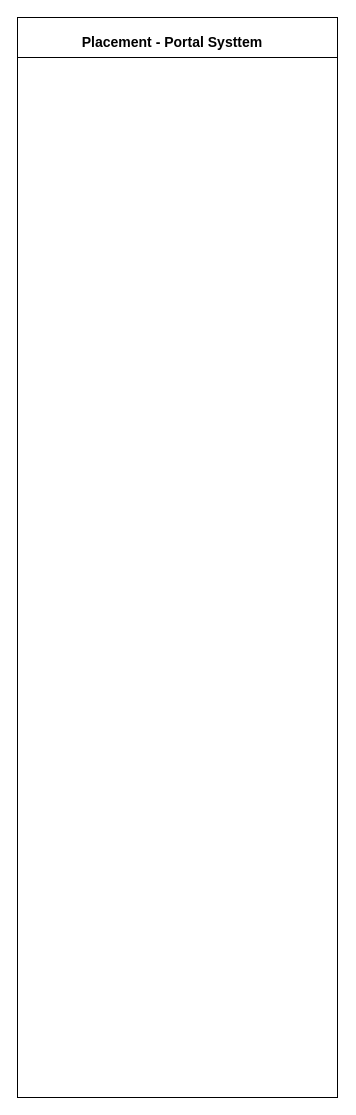
This is useCase.drawio from shalulaha/Minor_Project, a draw.io file, before an edit. Source tidied: cells renumbered, new cells numbered last; positions are measured from the earlier drawing's top-left corner, leaving out a move shared by most shapes. Both pictures are drawn from the tidied source at 100%, with x=0, y=0 at pixel (17, 17).
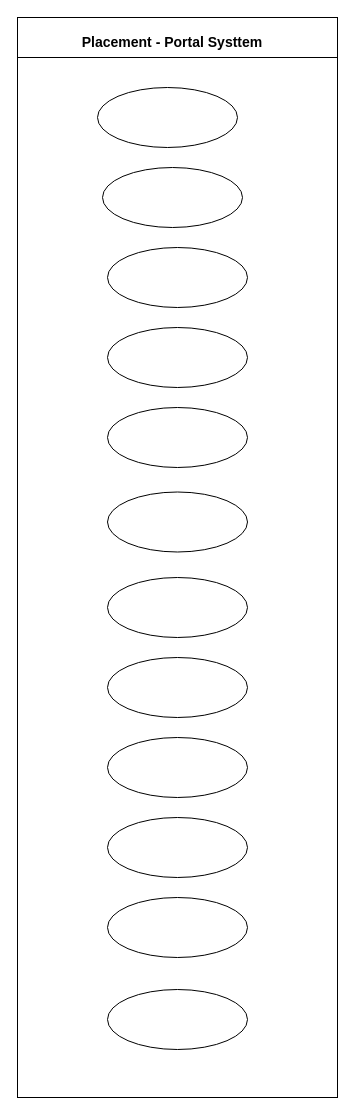
Above is the later version.

The edit, as a diff of the source:
```diff
@@
 <mxGraphModel>
   <root>
     <mxCell id="0" />
     <mxCell id="1" parent="0" />
     <mxCell id="2" style="rounded=0;whiteSpace=wrap;html=1;" parent="1" vertex="1">
       <mxGeometry width="320" height="1080" as="geometry" />
     </mxCell>
     <mxCell id="3" style="endArrow=none;html=1;rounded=0;" parent="1" edge="1">
       <mxGeometry relative="1" as="geometry">
         <mxPoint y="40" as="sourcePoint" />
         <mxPoint x="320" y="40" as="targetPoint" />
       </mxGeometry>
     </mxCell>
     <mxCell id="4" value="&lt;b&gt;&lt;font style=&quot;font-size: 14px;&quot;&gt;Placement - Portal Systtem&lt;/font&gt;&lt;/b&gt;" style="text;html=1;align=center;verticalAlign=middle;whiteSpace=wrap;rounded=0;" parent="1" vertex="1">
       <mxGeometry x="50" y="10" width="210" height="30" as="geometry" />
     </mxCell>
+    <mxCell id="5" style="ellipse;whiteSpace=wrap;html=1;" parent="1" vertex="1">
+      <mxGeometry x="80" y="70" width="140" height="60" as="geometry" />
+    </mxCell>
+    <mxCell id="6" style="ellipse;whiteSpace=wrap;html=1;" parent="1" vertex="1">
+      <mxGeometry x="90" y="310" width="140" height="60" as="geometry" />
+    </mxCell>
+    <mxCell id="7" style="ellipse;whiteSpace=wrap;html=1;" parent="1" vertex="1">
+      <mxGeometry x="90" y="230" width="140" height="60" as="geometry" />
+    </mxCell>
+    <mxCell id="8" style="ellipse;whiteSpace=wrap;html=1;" parent="1" vertex="1">
+      <mxGeometry x="85" y="150" width="140" height="60" as="geometry" />
+    </mxCell>
+    <mxCell id="9" style="ellipse;whiteSpace=wrap;html=1;" parent="1" vertex="1">
+      <mxGeometry x="90" y="390" width="140" height="60" as="geometry" />
+    </mxCell>
+    <mxCell id="10" style="ellipse;whiteSpace=wrap;html=1;" parent="1" vertex="1">
+      <mxGeometry x="90" y="474.5" width="140" height="60" as="geometry" />
+    </mxCell>
+    <mxCell id="11" style="ellipse;whiteSpace=wrap;html=1;" parent="1" vertex="1">
+      <mxGeometry x="90" y="560" width="140" height="60" as="geometry" />
+    </mxCell>
+    <mxCell id="12" style="ellipse;whiteSpace=wrap;html=1;" parent="1" vertex="1">
+      <mxGeometry x="90" y="640" width="140" height="60" as="geometry" />
+    </mxCell>
+    <mxCell id="13" style="ellipse;whiteSpace=wrap;html=1;" parent="1" vertex="1">
+      <mxGeometry x="90" y="720" width="140" height="60" as="geometry" />
+    </mxCell>
+    <mxCell id="14" style="ellipse;whiteSpace=wrap;html=1;" parent="1" vertex="1">
+      <mxGeometry x="90" y="800" width="140" height="60" as="geometry" />
+    </mxCell>
+    <mxCell id="15" style="ellipse;whiteSpace=wrap;html=1;" parent="1" vertex="1">
+      <mxGeometry x="90" y="880" width="140" height="60" as="geometry" />
+    </mxCell>
+    <mxCell id="16" style="ellipse;whiteSpace=wrap;html=1;" parent="1" vertex="1">
+      <mxGeometry x="90" y="972" width="140" height="60" as="geometry" />
+    </mxCell>
   </root>
 </mxGraphModel>
```
